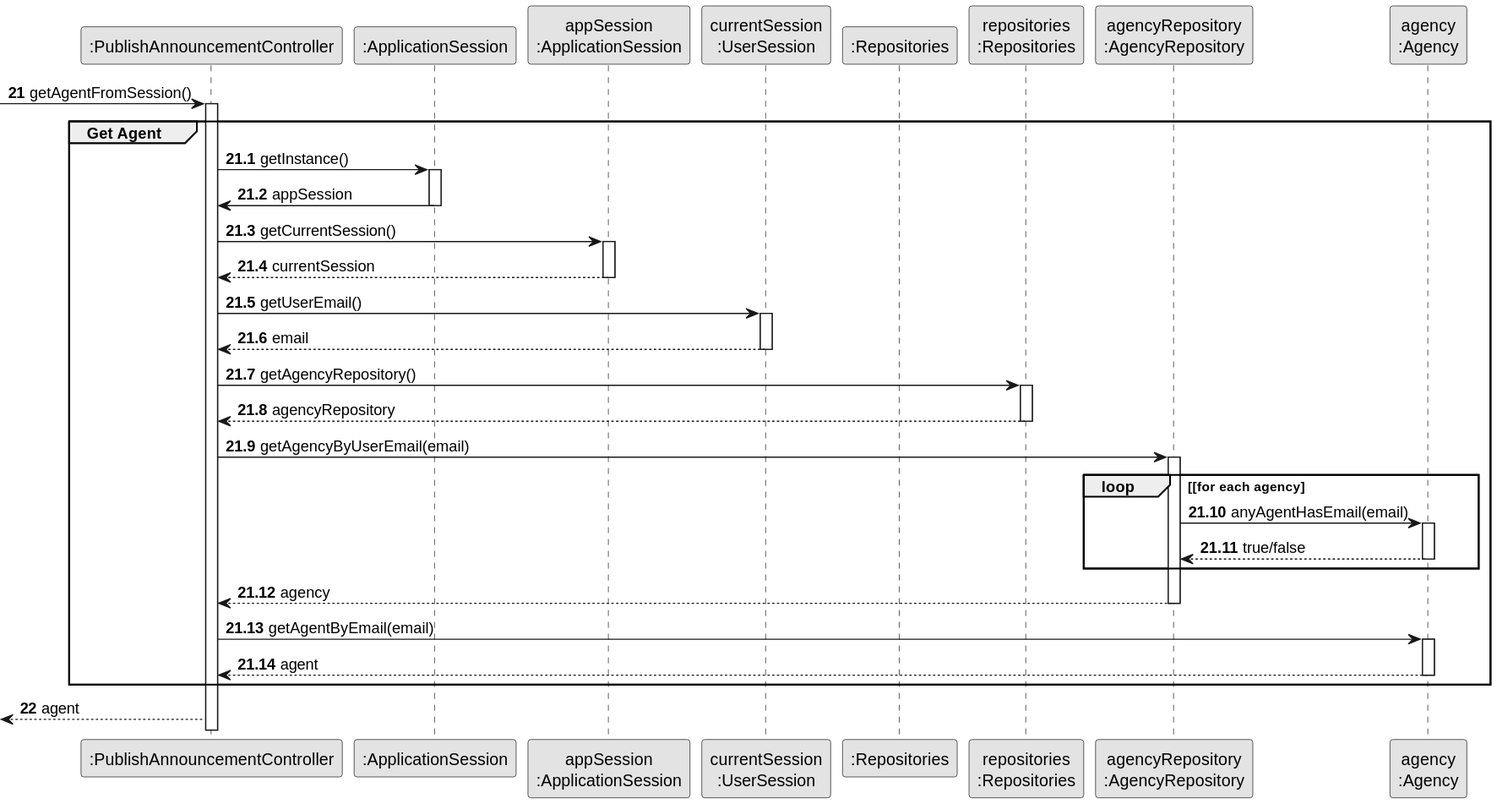
The PlantUML diagram docs/sprintB/us002/03.design/svg/us002-sequence-diagram-partial-get-agent.svg in rita-barbosa/LAPR2-2223, before a commit. Its diagram source:
```plantuml
@startuml
skinparam monochrome true
skinparam packageStyle rectangle
skinparam shadowing false


participant ":PublishAnnouncementController" as CTRL
participant ":ApplicationSession" as _APP
participant "appSession\n:ApplicationSession" as APP
participant "currentSession\n:UserSession" as SESSION
participant ":Repositories" as RepositorySingleton
participant "repositories\n:Repositories" as PLAT
participant "agencyRepository\n:AgencyRepository" as AgencyRepository
participant "agency\n:Agency" as AGENCY


autonumber 21

             -> CTRL : getAgentFromSession()
             activate CTRL

autonumber 21.1

    group Get Agent

             CTRL -> _APP: getInstance()
             activate _APP
             _APP -> CTRL: appSession
             deactivate _APP


             CTRL -> APP: getCurrentSession()
             activate APP

                 APP --> CTRL: currentSession
             deactivate APP

             CTRL -> SESSION: getUserEmail()
             activate SESSION

                 SESSION --> CTRL: email
             deactivate SESSION


             CTRL -> PLAT: getAgencyRepository()
             activate PLAT

                 PLAT --> CTRL: agencyRepository
             deactivate PLAT


             CTRL -> AgencyRepository: getAgencyByUserEmail(email)
             activate AgencyRepository

                 loop [for each agency
                     AgencyRepository -> AGENCY : anyAgentHasEmail(email)
                     activate AGENCY

                          AGENCY --> AgencyRepository : true/false
                     deactivate AGENCY
                 end
                 AgencyRepository --> CTRL : agency
             deactivate AgencyRepository

             CTRL -> AGENCY: getAgentByEmail(email)
             activate AGENCY

                 AGENCY --> CTRL : agent
             deactivate AGENCY




    end

autonumber 22

    <-- CTRL : agent
@enduml
```
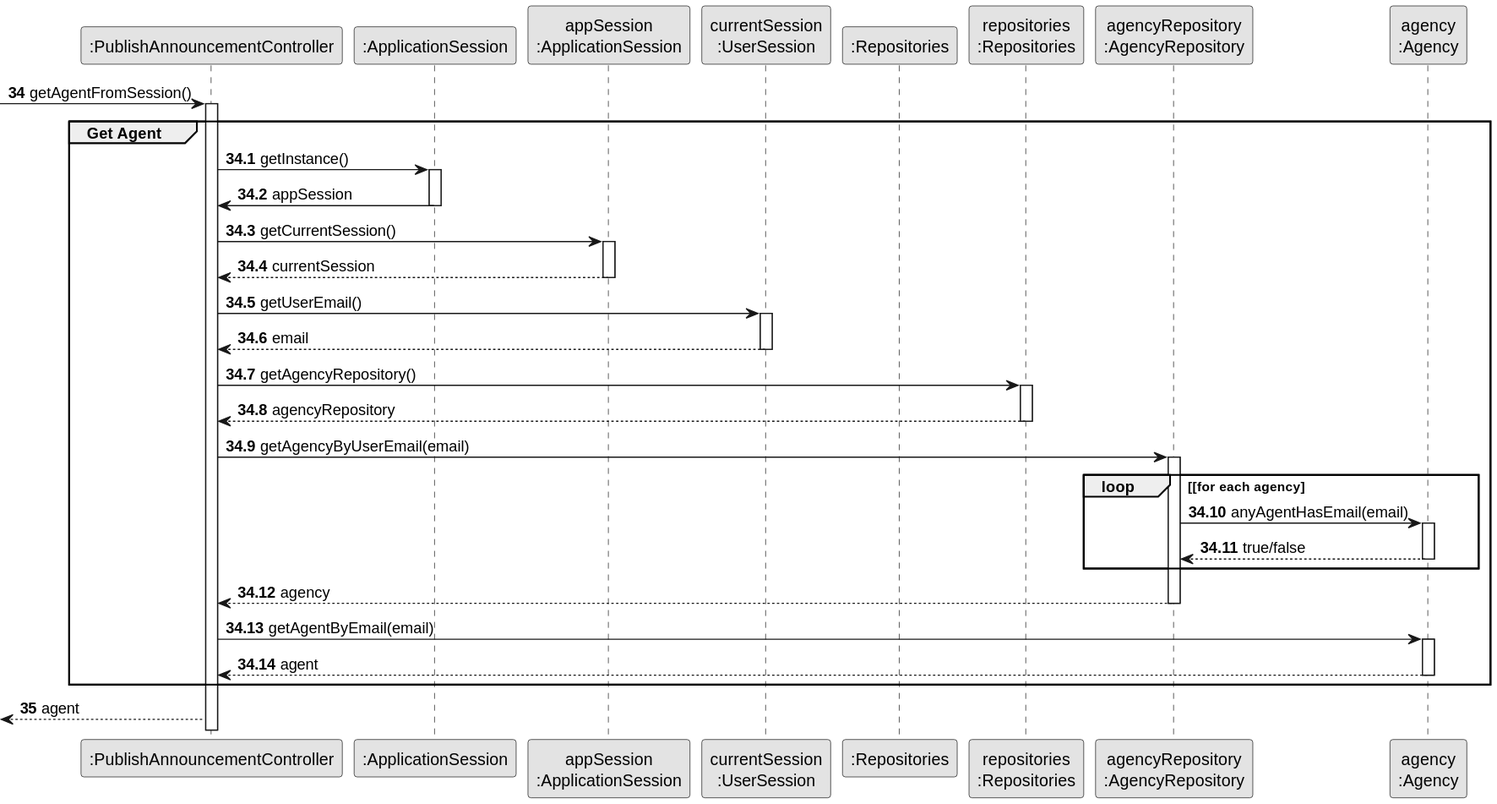
After the commit.

Change to the diagram source:
```diff
@@ -14,12 +14,12 @@
 participant "agency\n:Agency" as AGENCY
 
 
-autonumber 21
+autonumber 34
 
              -> CTRL : getAgentFromSession()
              activate CTRL
 
-autonumber 21.1
+autonumber 34.1
 
     group Get Agent
 
@@ -73,7 +73,7 @@
 
     end
 
-autonumber 22
+autonumber 35
 
     <-- CTRL : agent
 @enduml
```
